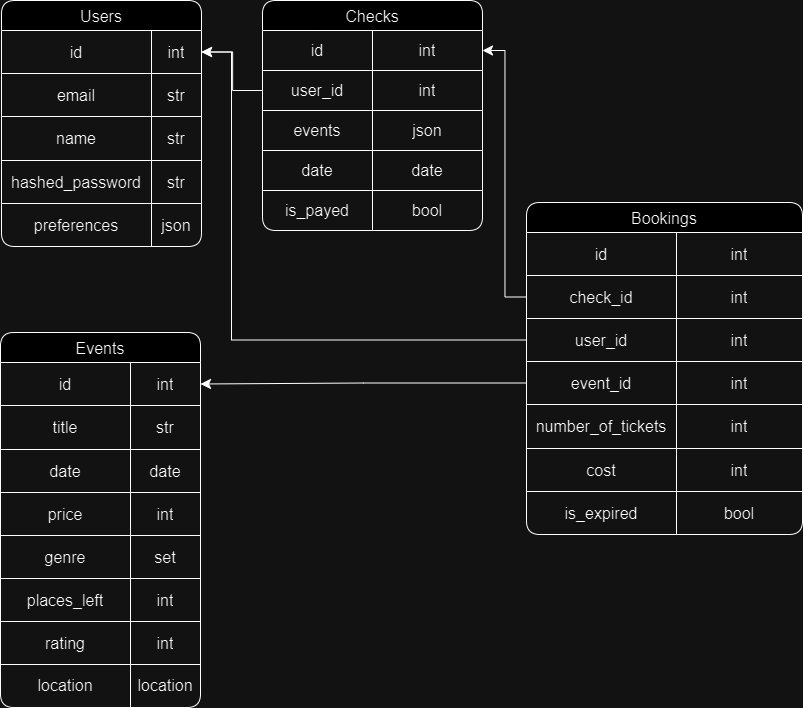
This is db_scheme/db.png from dkutugin3/TootEvent, a draw.io export, as it was before one commit. Source tidied: cells renumbered, new cells last; positions are measured from the earlier drawing's top-left corner, leaving out a move shared by most shapes.
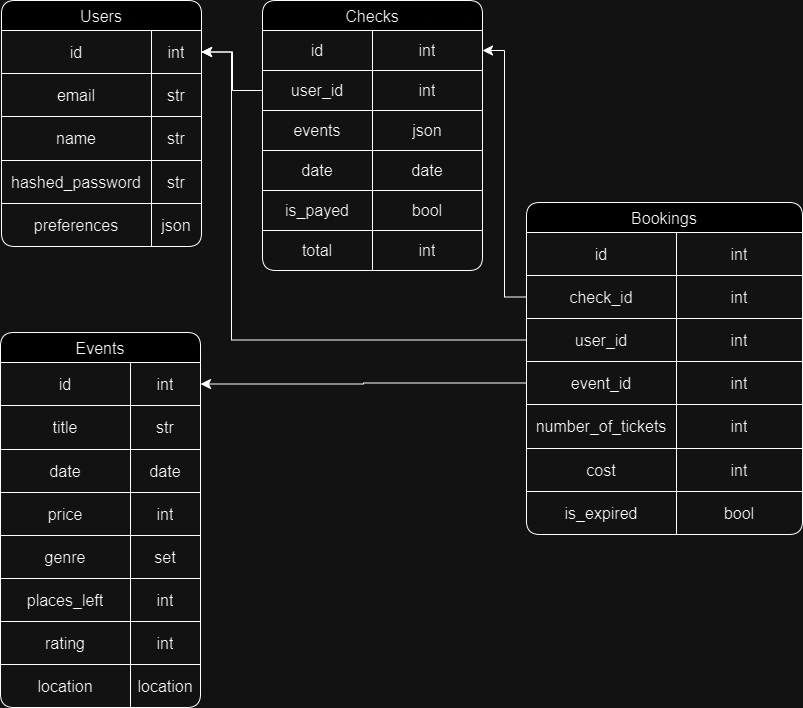
Later version of the same file.

Change to the diagram source:
```diff
@@ -195,7 +195,7 @@
       <mxGeometry relative="1" as="geometry" />
     </mxCell>
     <mxCell id="66" value="Checks" style="shape=table;startSize=30;strokeColor=default;fontSize=16;rounded=1;" parent="1" vertex="1">
-      <mxGeometry x="262" width="220" height="230" as="geometry" />
+      <mxGeometry x="262" width="220" height="270" as="geometry" />
     </mxCell>
     <mxCell id="67" style="shape=tableRow;horizontal=0;startSize=0;swimlaneHead=0;swimlaneBody=0;strokeColor=inherit;top=0;left=0;bottom=0;right=0;fillColor=none;points=[[0,0.5],[1,0.5]];portConstraint=eastwest;fontSize=16;" parent="66" vertex="1">
       <mxGeometry y="30" width="220" height="40" as="geometry" />
@@ -242,6 +242,15 @@
     <mxCell id="81" value="bool" style="shape=partialRectangle;html=1;whiteSpace=wrap;strokeColor=inherit;overflow=hidden;fillColor=none;top=0;left=0;bottom=0;right=0;fontSize=16;" parent="79" vertex="1">
       <mxGeometry x="110" width="110" height="40" as="geometry" />
     </mxCell>
+    <mxCell id="85" style="shape=tableRow;horizontal=0;startSize=0;swimlaneHead=0;swimlaneBody=0;strokeColor=inherit;top=0;left=0;bottom=0;right=0;fillColor=none;fontSize=16;" parent="66" vertex="1">
+      <mxGeometry y="230" width="220" height="40" as="geometry" />
+    </mxCell>
+    <mxCell id="86" value="total" style="shape=partialRectangle;html=1;whiteSpace=wrap;strokeColor=inherit;overflow=hidden;fillColor=none;top=0;left=0;bottom=0;right=0;fontSize=16;" parent="85" vertex="1">
+      <mxGeometry width="110" height="40" as="geometry" />
+    </mxCell>
+    <mxCell id="87" value="int" style="shape=partialRectangle;html=1;whiteSpace=wrap;strokeColor=inherit;overflow=hidden;fillColor=none;top=0;left=0;bottom=0;right=0;fontSize=16;" parent="85" vertex="1">
+      <mxGeometry x="110" width="110" height="40" as="geometry" />
+    </mxCell>
     <mxCell id="82" style="edgeStyle=elbowEdgeStyle;elbow=horizontal;endArrow=classic;html=1;curved=0;rounded=0;endSize=8;startSize=8;entryX=1;entryY=0.5;entryDx=0;entryDy=0;exitX=0;exitY=0.5;exitDx=0;exitDy=0;" parent="1" edge="1" source="70" target="3">
       <mxGeometry relative="1" as="geometry" />
     </mxCell>
```
